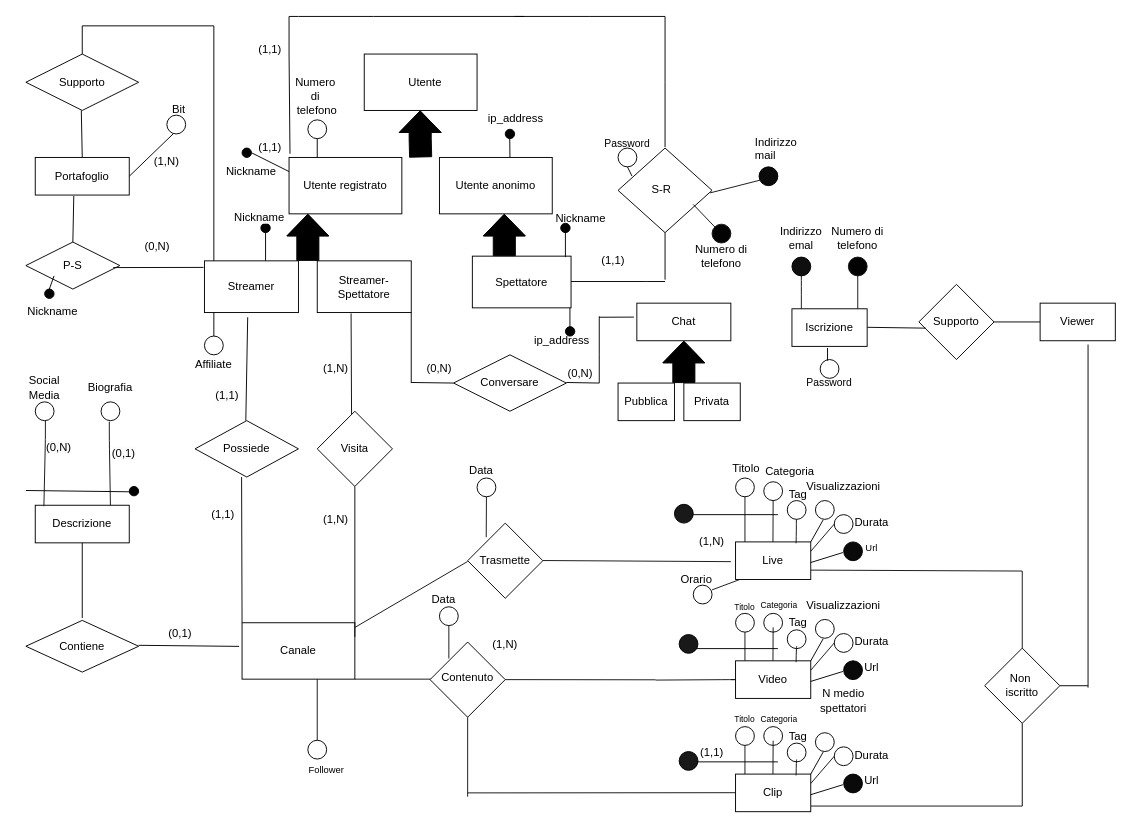
Earlier version of the draw.io diagram e-r_revised_hypothesis.drawio (Popper002/Streaming-Service-Db-project-unito). Source tidied: cells renumbered, new cells numbered last; positions are measured from the earlier drawing's top-left corner, leaving out a move shared by most shapes. Both pictures are drawn from the tidied source at 94%, with x=0, y=0 at pixel (16, 16).
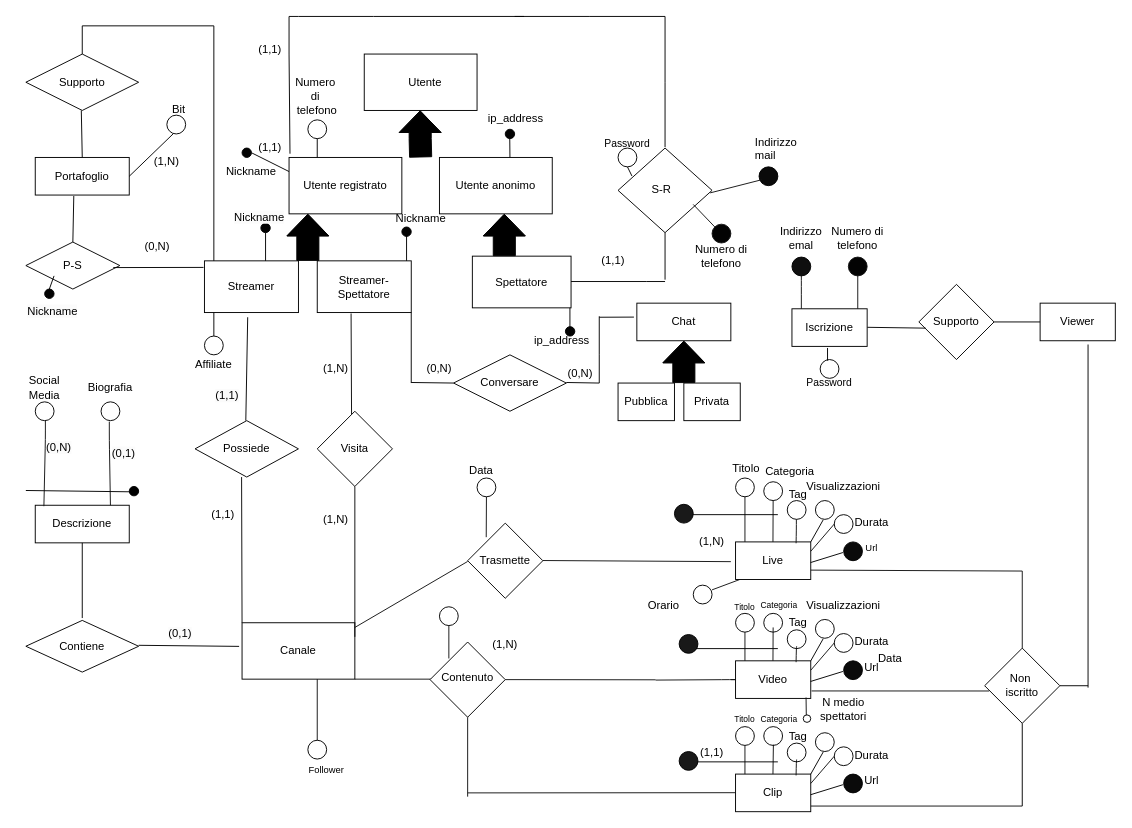
After the change.

Unchanged cells that the change refers to:
```xml
<mxCell id="31" style="rhombus;whiteSpace=wrap;html=1;" parent="1" vertex="1">
  <mxGeometry x="1030" y="672" width="80" height="80" as="geometry" />
</mxCell>
<mxCell id="127" value="Video" style="rounded=0;whiteSpace=wrap;html=1;" parent="1" vertex="1">
  <mxGeometry x="765" y="685.5" width="80" height="40" as="geometry" />
</mxCell>
<mxCell id="166" style="ellipse;whiteSpace=wrap;html=1;fillColor=none;strokeColor=#000000;" parent="1" vertex="1">
  <mxGeometry x="795" y="755.5" width="20" height="20" as="geometry" />
</mxCell>
```

The edit, as a diff of the source:
```diff
@@
     <mxCell id="17" value="&lt;font color=&quot;#000000&quot;&gt;Data&lt;br&gt;&lt;br&gt;&lt;/font&gt;" style="text;html=1;strokeColor=none;fillColor=none;align=left;verticalAlign=middle;whiteSpace=wrap;rounded=0;" parent="1" vertex="1">
-      <mxGeometry x="440" y="613" width="60" height="30" as="geometry" />
+      <mxGeometry x="915" y="674.7" width="60" height="30" as="geometry" />
     </mxCell>
@@
-    <mxCell id="150" style="endArrow=none;html=1;fontColor=default;labelBackgroundColor=default;strokeColor=#121212;strokeWidth=1;" parent="1" edge="1">
+    <mxCell id="150" style="endArrow=none;html=1;fontColor=default;labelBackgroundColor=default;strokeColor=#121212;strokeWidth=1;entryX=0.513;entryY=0.959;entryDx=0;entryDy=0;entryPerimeter=0;" parent="1" edge="1" target="166">
       <mxGeometry relative="1" as="geometry">
         <mxPoint x="804.8" y="806" as="sourcePoint" />
-        <mxPoint x="805" y="770.5" as="targetPoint" />
       </mxGeometry>
     </mxCell>
@@
     <mxCell id="161" value="N medio&lt;br&gt;spettatori" style="text;html=1;strokeColor=none;fillColor=none;align=center;verticalAlign=middle;whiteSpace=wrap;rounded=0;" parent="1" vertex="1">
-      <mxGeometry x="850" y="713" width="60" height="30" as="geometry" />
+      <mxGeometry x="850" y="722" width="60" height="30" as="geometry" />
     </mxCell>
@@
     <mxCell id="194" value="&lt;font color=&quot;#000000&quot;&gt;Orario&lt;br&gt;&lt;/font&gt;" style="text;html=1;strokeColor=none;fillColor=none;align=left;verticalAlign=middle;whiteSpace=wrap;rounded=0;" parent="1" vertex="1">
-      <mxGeometry x="705" y="588.5" width="30" height="20" as="geometry" />
+      <mxGeometry x="670" y="616.5" width="30" height="20" as="geometry" />
     </mxCell>
@@
     <mxCell id="215" style="endArrow=none;html=1;rounded=0;exitX=0;exitY=0.167;exitDx=0;exitDy=0;exitPerimeter=0;" parent="1" edge="1">
       <mxGeometry relative="1" as="geometry">
-        <mxPoint x="584" y="256" as="sourcePoint" />
-        <mxPoint x="584" y="226" as="targetPoint" />
+        <mxPoint x="415" y="260" as="sourcePoint" />
+        <mxPoint x="415" y="230" as="targetPoint" />
       </mxGeometry>
     </mxCell>
     <mxCell id="216" style="ellipse;whiteSpace=wrap;html=1;fillColor=#030303;" parent="1" vertex="1">
-      <mxGeometry x="579" y="220" width="10" height="10" as="geometry" />
+      <mxGeometry x="410" y="224" width="10" height="10" as="geometry" />
     </mxCell>
@@
     <mxCell id="220" value="Nickname" style="text;html=1;align=center;verticalAlign=middle;strokeColor=none;fillColor=none;" parent="1" vertex="1">
-      <mxGeometry x="560" y="200" width="80" height="30" as="geometry" />
+      <mxGeometry x="390" y="200" width="80" height="30" as="geometry" />
     </mxCell>
@@
+    <mxCell id="225" style="endArrow=none;html=1;fontColor=default;labelBackgroundColor=default;strokeColor=#121212;strokeWidth=1;exitX=0.06;exitY=0.57;exitDx=0;exitDy=0;exitPerimeter=0;entryX=1.011;entryY=0.801;entryDx=0;entryDy=0;entryPerimeter=0;" parent="1" edge="1" source="31" target="127">
+      <mxGeometry relative="1" as="geometry" />
+    </mxCell>
+    <mxCell id="226" style="endArrow=none;html=1;fontColor=default;labelBackgroundColor=default;strokeColor=#121212;strokeWidth=1;exitX=0.409;exitY=0.033;exitDx=0;exitDy=0;exitPerimeter=0;" parent="1" edge="1" source="227">
+      <mxGeometry relative="1" as="geometry">
+        <mxPoint x="840" y="724.5" as="targetPoint" />
+      </mxGeometry>
+    </mxCell>
+    <mxCell id="227" style="ellipse;whiteSpace=wrap;html=1;fillColor=none;strokeColor=#000000;" parent="1" vertex="1">
+      <mxGeometry x="837" y="743" width="8" height="8" as="geometry" />
+    </mxCell>
```
